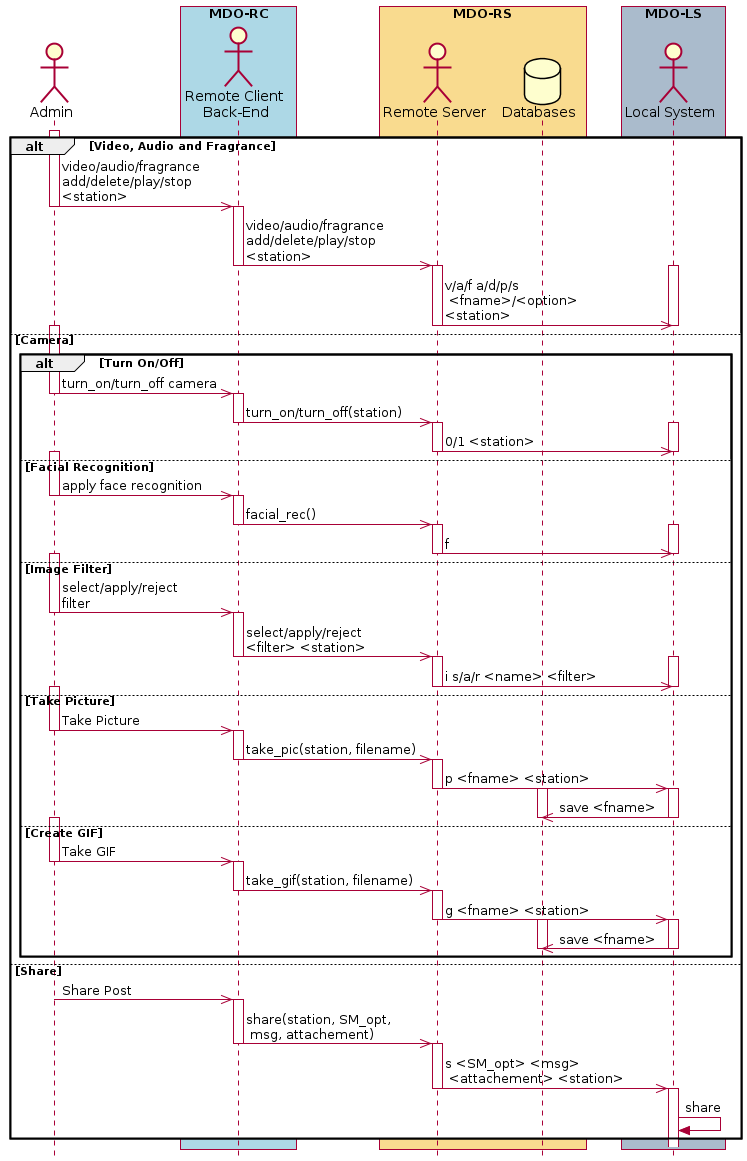
Before: Proj/diags/plantuml/seq-diag/output/seq-rs-test-op.png, a diagram exported from PlantUML (ElectroQuanta/MDO). Its diagram source:
```plantuml
@startuml
skinparam style strictuml
hide footbox


actor Admin
box "MDO-RC" #LightBlue
actor "Remote Client \nBack-End" as RC
endbox
box "MDO-RS" #f9db8f
actor "Remote Server" as RS
database "Databases" as DB
endbox
box "MDO-LS" #aabbcc
actor "Local System" as LS
endbox

  alt Video, Audio and Fragrance
   activate Admin
   Admin ->> RC --++ : video/audio/fragrance\nadd/delete/play/stop\n<station>
   RC ->> RS :  video/audio/fragrance\nadd/delete/play/stop\n<station>
   deactivate RC
   activate RS
   activate LS
   RS ->> LS : v/a/f a/d/p/s \n <fname>/<option>\n<station>
   deactivate RS
   deactivate LS
  else Camera
   alt Turn On/Off
    activate Admin
    Admin ->> RC --++ : turn_on/turn_off camera
    RC ->> RS --++ : turn_on/turn_off(station)
    activate LS
    RS ->> LS -- : 0/1 <station>
    deactivate LS
   else Facial Recognition
    activate Admin
    Admin ->> RC --++ : apply face recognition
    RC ->> RS --++ : facial_rec()
    activate LS
    RS ->> LS -- : f
    deactivate LS
   else Image Filter
    activate Admin
    Admin ->> RC --++: select/apply/reject\nfilter
    RC ->> RS --++: select/apply/reject\n<filter> <station>
    activate LS
    RS ->> LS -- : i s/a/r <name> <filter>
    deactivate LS
   else Take Picture
    activate Admin
    Admin ->> RC --++ : Take Picture
    RC ->> RS --++ : take_pic(station, filename)
    RS ->> LS --++ : p <fname> <station>
    activate DB
    LS ->> DB -- : save <fname>
    deactivate DB
   else Create GIF
    activate Admin
    Admin ->> RC --++ : Take GIF
    RC ->> RS --++ : take_gif(station, filename)
    RS ->> LS --++ : g <fname> <station>
    activate DB
    LS ->> DB -- : save <fname>
    deactivate DB
   end
  else Share
   activate Admin
   Admin ->> RC --++ : Share Post
   RC ->> RS --++ : share(station, SM_opt,\n msg, attachement)
   RS ->> LS --++ : s <SM_opt> <msg>\n <attachement> <station>
   LS -> LS : share
 end



@enduml
```
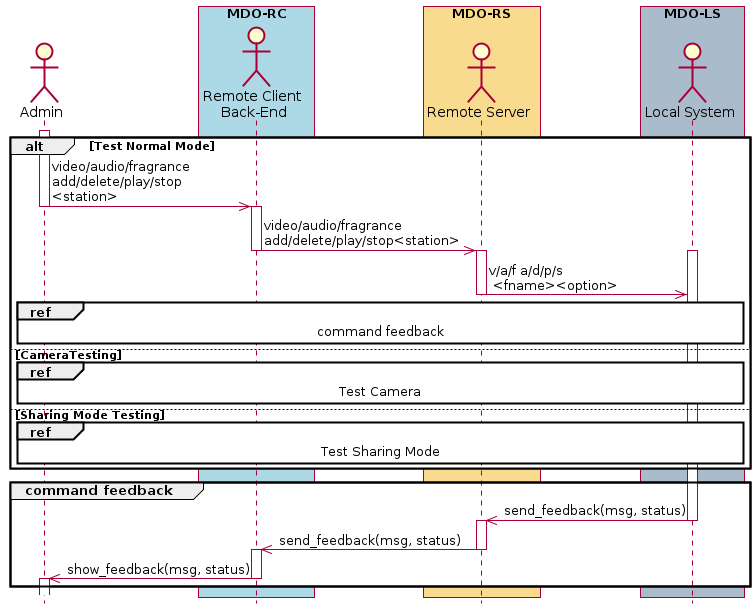
The same diagram one commit later.

What changed in the source:
```diff
@@ -9,68 +9,33 @@
 endbox
 box "MDO-RS" #f9db8f
 actor "Remote Server" as RS
-database "Databases" as DB
 endbox
 box "MDO-LS" #aabbcc
 actor "Local System" as LS
 endbox
 
-  alt Video, Audio and Fragrance
+  alt Test Normal Mode
    activate Admin
    Admin ->> RC --++ : video/audio/fragrance\nadd/delete/play/stop\n<station>
-   RC ->> RS :  video/audio/fragrance\nadd/delete/play/stop\n<station>
+   RC ->> RS :  video/audio/fragrance\nadd/delete/play/stop<station>
    deactivate RC
    activate RS
    activate LS
-   RS ->> LS : v/a/f a/d/p/s \n <fname>/<option>\n<station>
+   RS ->> LS : v/a/f a/d/p/s \n <fname><option>
    deactivate RS
-   deactivate LS
-  else Camera
-   alt Turn On/Off
-    activate Admin
-    Admin ->> RC --++ : turn_on/turn_off camera
-    RC ->> RS --++ : turn_on/turn_off(station)
-    activate LS
-    RS ->> LS -- : 0/1 <station>
-    deactivate LS
-   else Facial Recognition
-    activate Admin
-    Admin ->> RC --++ : apply face recognition
-    RC ->> RS --++ : facial_rec()
-    activate LS
-    RS ->> LS -- : f
-    deactivate LS
-   else Image Filter
-    activate Admin
-    Admin ->> RC --++: select/apply/reject\nfilter
-    RC ->> RS --++: select/apply/reject\n<filter> <station>
-    activate LS
-    RS ->> LS -- : i s/a/r <name> <filter>
-    deactivate LS
-   else Take Picture
-    activate Admin
-    Admin ->> RC --++ : Take Picture
-    RC ->> RS --++ : take_pic(station, filename)
-    RS ->> LS --++ : p <fname> <station>
-    activate DB
-    LS ->> DB -- : save <fname>
-    deactivate DB
-   else Create GIF
-    activate Admin
-    Admin ->> RC --++ : Take GIF
-    RC ->> RS --++ : take_gif(station, filename)
-    RS ->> LS --++ : g <fname> <station>
-    activate DB
-    LS ->> DB -- : save <fname>
-    deactivate DB
-   end
-  else Share
-   activate Admin
-   Admin ->> RC --++ : Share Post
-   RC ->> RS --++ : share(station, SM_opt,\n msg, attachement)
-   RS ->> LS --++ : s <SM_opt> <msg>\n <attachement> <station>
-   LS -> LS : share
+   ref over Admin, RC, RS, LS: command feedback
+  else  CameraTesting
+   ref over Admin, RC, RS, LS: Test Camera
+  else Sharing Mode Testing
+   ref over Admin, RC, RS, LS: Test Sharing Mode
  end
+
+Group command feedback
+activate LS
+LS ->> RS --++: send_feedback(msg, status)
+RS ->> RC --++ : send_feedback(msg, status)
+RC ->> Admin --++ : show_feedback(msg, status)
+end
 
 
 
```
